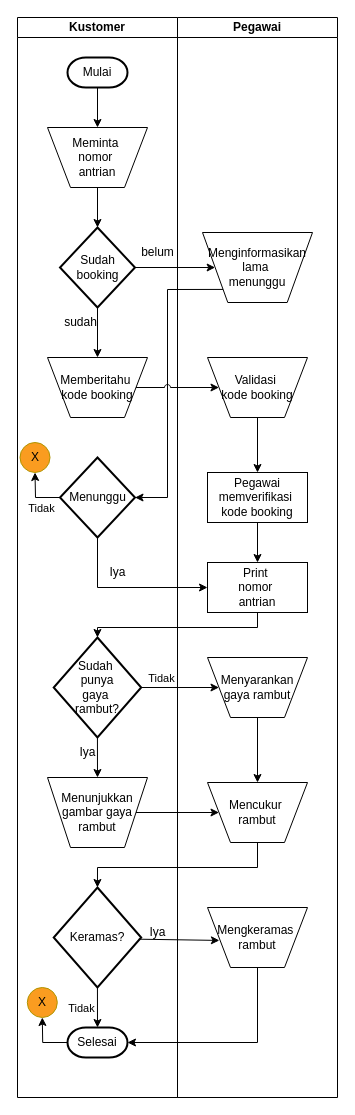
This is Sistem Flow Potong Rambut.drawio from yogadwipayana/ERD, a draw.io file, before an edit. Source tidied: cells renumbered, new cells numbered last; positions are measured from the earlier drawing's top-left corner, leaving out a move shared by most shapes. Both pictures are drawn from the tidied source at 100%, with x=0, y=0 at pixel (17, 17).
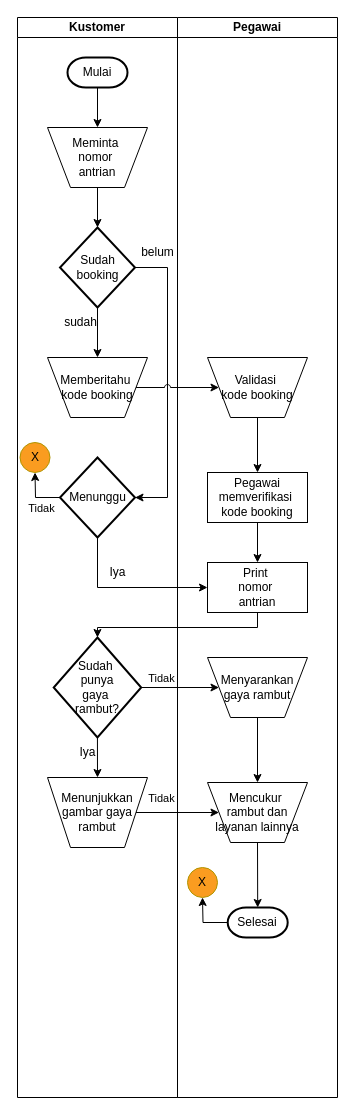
Above is the later version.

Unchanged cells that the change refers to:
```xml
<mxCell id="2" value="Pegawai" style="swimlane;startSize=20;whiteSpace=wrap;html=1;" parent="1" vertex="1">
  <mxGeometry x="160" width="160" height="1080" as="geometry" />
</mxCell>
<mxCell id="29" value="Kustomer" style="swimlane;startSize=20;whiteSpace=wrap;html=1;" parent="1" vertex="1">
  <mxGeometry width="160" height="1080" as="geometry" />
</mxCell>
<mxCell id="33" value="Menunggu" style="strokeWidth=2;html=1;shape=mxgraph.flowchart.decision;whiteSpace=wrap;" parent="29" vertex="1">
  <mxGeometry x="42.5" y="440" width="75" height="80" as="geometry" />
</mxCell>
<mxCell id="34" value="Sudah booking" style="strokeWidth=2;html=1;shape=mxgraph.flowchart.decision;whiteSpace=wrap;" parent="29" vertex="1">
  <mxGeometry x="42.5" y="210" width="75" height="80" as="geometry" />
</mxCell>
```

What changed in the source:
```diff
@@
-    <mxCell id="3" value="Menginfor&lt;span style=&quot;background-color: transparent; color: light-dark(rgb(0, 0, 0), rgb(255, 255, 255));&quot;&gt;masikan&lt;/span&gt;&lt;div&gt;&lt;div&gt;lama&amp;nbsp;&lt;/div&gt;&lt;div&gt;menunggu&lt;/div&gt;&lt;/div&gt;" style="verticalLabelPosition=middle;verticalAlign=middle;html=1;shape=trapezoid;perimeter=trapezoidPerimeter;whiteSpace=wrap;size=0.23;arcSize=10;flipV=1;labelPosition=center;align=center;" parent="2" vertex="1">
-      <mxGeometry x="25" y="215" width="110" height="70" as="geometry" />
-    </mxCell>
@@
-    <mxCell id="11" value="Iya" style="text;html=1;align=center;verticalAlign=middle;strokeColor=none;fillColor=none;" parent="2" vertex="1">
-      <mxGeometry x="-40" y="900" width="40" height="30" as="geometry" />
-    </mxCell>
@@
-    <mxCell id="13" value="Mengkeramas&amp;nbsp;&lt;div&gt;rambut&lt;/div&gt;" style="verticalLabelPosition=middle;verticalAlign=middle;html=1;shape=trapezoid;perimeter=trapezoidPerimeter;whiteSpace=wrap;size=0.23;arcSize=10;flipV=1;labelPosition=center;align=center;" parent="2" vertex="1">
-      <mxGeometry x="30" y="890" width="100" height="60" as="geometry" />
-    </mxCell>
-    <mxCell id="14" value="Mencukur&amp;nbsp;&lt;div&gt;rambut&lt;/div&gt;" style="verticalLabelPosition=middle;verticalAlign=middle;html=1;shape=trapezoid;perimeter=trapezoidPerimeter;whiteSpace=wrap;size=0.23;arcSize=10;flipV=1;labelPosition=center;align=center;" parent="2" vertex="1">
+    <mxCell id="14" value="Mencukur&amp;nbsp;&lt;div&gt;rambut dan&lt;/div&gt;&lt;div&gt;layanan lainnya&lt;/div&gt;" style="verticalLabelPosition=middle;verticalAlign=middle;html=1;shape=trapezoid;perimeter=trapezoidPerimeter;whiteSpace=wrap;size=0.23;arcSize=10;flipV=1;labelPosition=center;align=center;" parent="2" vertex="1">
       <mxGeometry x="30" y="765" width="100" height="60" as="geometry" />
     </mxCell>
@@
-    <mxCell id="18" value="Keramas?" style="strokeWidth=2;html=1;shape=mxgraph.flowchart.decision;whiteSpace=wrap;" parent="2" vertex="1">
-      <mxGeometry x="-123.8" y="870" width="87.5" height="100" as="geometry" />
-    </mxCell>
-    <mxCell id="19" value="Selesai" style="strokeWidth=2;html=1;shape=mxgraph.flowchart.terminator;whiteSpace=wrap;" parent="2" vertex="1">
-      <mxGeometry x="-110" y="1010" width="60" height="30" as="geometry" />
-    </mxCell>
@@
-    <mxCell id="22" style="endArrow=classic;html=1;rounded=0;exitX=0.5;exitY=1;exitDx=0;exitDy=0;exitPerimeter=0;entryX=0.5;entryY=0;entryDx=0;entryDy=0;entryPerimeter=0;" parent="2" edge="1" source="18" target="19">
-      <mxGeometry relative="1" as="geometry" />
-    </mxCell>
@@
-    <mxCell id="25" style="endArrow=classic;html=1;rounded=0;exitX=0.5;exitY=1;exitDx=0;exitDy=0;entryX=1;entryY=0.5;entryDx=0;entryDy=0;entryPerimeter=0;" parent="2" edge="1" source="13" target="19">
-      <mxGeometry relative="1" as="geometry">
-        <Array as="points">
-          <mxPoint x="80" y="1025" />
-        </Array>
-      </mxGeometry>
-    </mxCell>
-    <mxCell id="26" style="endArrow=classic;html=1;rounded=0;exitX=0.972;exitY=0.517;exitDx=0;exitDy=0;entryX=0.119;entryY=0.451;entryDx=0;entryDy=0;entryPerimeter=0;exitPerimeter=0;" parent="2" edge="1" source="18" target="13">
-      <mxGeometry relative="1" as="geometry" />
-    </mxCell>
-    <mxCell id="27" style="endArrow=classic;html=1;rounded=0;exitX=0.5;exitY=1;exitDx=0;exitDy=0;entryX=0.5;entryY=0;entryDx=0;entryDy=0;entryPerimeter=0;" parent="2" edge="1" source="14" target="18">
-      <mxGeometry relative="1" as="geometry">
-        <Array as="points">
-          <mxPoint x="80" y="850" />
-          <mxPoint x="-80" y="850" />
-        </Array>
-      </mxGeometry>
-    </mxCell>
@@
+    <mxCell id="19" value="Selesai" style="strokeWidth=2;html=1;shape=mxgraph.flowchart.terminator;whiteSpace=wrap;" parent="2" vertex="1">
+      <mxGeometry x="50.2" y="890" width="60" height="30" as="geometry" />
+    </mxCell>
+    <mxCell id="44" style="endArrow=classic;html=1;rounded=0;entryX=0.5;entryY=1;entryDx=0;entryDy=0;" parent="2" edge="1" target="45">
+      <mxGeometry relative="1" as="geometry">
+        <mxPoint x="50.2" y="905" as="sourcePoint" />
+        <Array as="points">
+          <mxPoint x="25.5" y="905" />
+        </Array>
+      </mxGeometry>
+    </mxCell>
+    <mxCell id="45" value="X" style="ellipse;whiteSpace=wrap;html=1;fillColor=light-dark(#FA9C20,#FA9C20);fontColor=#000000;strokeColor=#B09500;" parent="2" vertex="1">
+      <mxGeometry x="10" y="850" width="30" height="30" as="geometry" />
+    </mxCell>
+    <mxCell id="50" style="endArrow=classic;html=1;rounded=0;exitX=0.5;exitY=1;exitDx=0;exitDy=0;entryX=0.5;entryY=0;entryDx=0;entryDy=0;entryPerimeter=0;" parent="2" edge="1" source="14" target="19">
+      <mxGeometry relative="1" as="geometry" />
+    </mxCell>
@@
     <mxCell id="43" value="Tidak" style="edgeLabel;html=1;align=center;verticalAlign=middle;" parent="29" vertex="1">
-      <mxGeometry x="70" y="950" as="geometry">
+      <mxGeometry x="150" y="740" as="geometry">
         <mxPoint x="-7" y="40" as="offset" />
       </mxGeometry>
     </mxCell>
-    <mxCell id="44" style="endArrow=classic;html=1;rounded=0;entryX=0.5;entryY=1;entryDx=0;entryDy=0;" parent="29" edge="1" target="45">
-      <mxGeometry relative="1" as="geometry">
-        <mxPoint x="50" y="1025" as="sourcePoint" />
-        <Array as="points">
-          <mxPoint x="25.2" y="1025" />
-        </Array>
-      </mxGeometry>
-    </mxCell>
-    <mxCell id="45" value="X" style="ellipse;whiteSpace=wrap;html=1;fillColor=light-dark(#FA9C20,#FA9C20);fontColor=#000000;strokeColor=#B09500;" parent="29" vertex="1">
-      <mxGeometry x="9.8" y="970" width="30" height="30" as="geometry" />
-    </mxCell>
-    <mxCell id="46" style="endArrow=classic;html=1;rounded=0;exitX=1;exitY=0.5;exitDx=0;exitDy=0;entryX=0;entryY=0.5;entryDx=0;entryDy=0;exitPerimeter=0;" parent="1" edge="1" source="34" target="3">
-      <mxGeometry relative="1" as="geometry" />
-    </mxCell>
-    <mxCell id="47" style="endArrow=classic;html=1;rounded=0;exitX=0;exitY=1;exitDx=0;exitDy=0;entryX=1;entryY=0.5;entryDx=0;entryDy=0;entryPerimeter=0;jumpStyle=arc;" parent="1" edge="1" source="3" target="33">
+    <mxCell id="47" style="endArrow=classic;html=1;rounded=0;exitX=1;exitY=0.5;exitDx=0;exitDy=0;entryX=1;entryY=0.5;entryDx=0;entryDy=0;entryPerimeter=0;jumpStyle=arc;exitPerimeter=0;" parent="29" edge="1" source="34" target="33">
       <mxGeometry relative="1" as="geometry">
         <Array as="points">
-          <mxPoint x="150" y="272" />
+          <mxPoint x="150" y="250" />
           <mxPoint x="150" y="480" />
         </Array>
       </mxGeometry>
     </mxCell>
```
